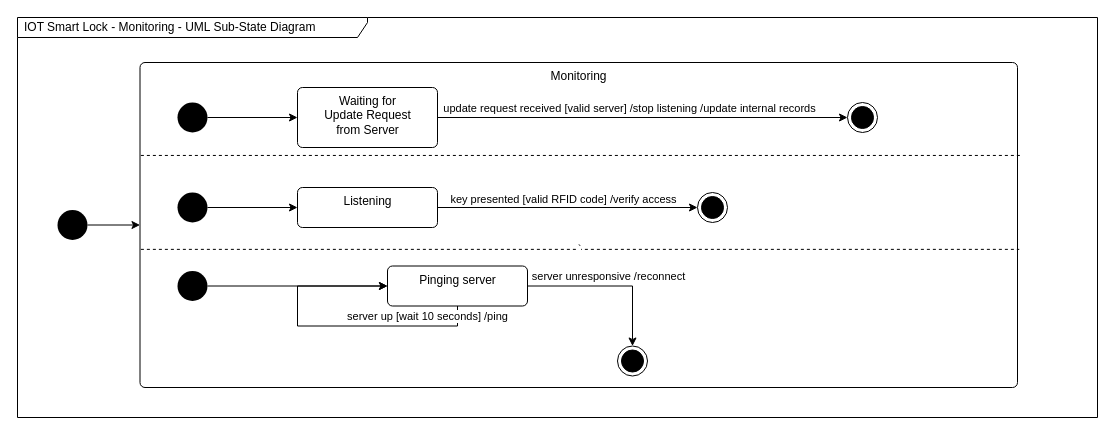
Earlier version of the draw.io diagram page "Monitoring" (2 of 4) of docs/diagrams/state-machine-diagram-storage-unit.drawio (Nguyen-Van-Gia-Binh/Self-Storage-Facility-Rental-and-Management-System). Source tidied: cells renumbered, new cells numbered last; positions are measured from the earlier drawing's top-left corner, leaving out a move shared by most shapes. Both pictures are drawn from the tidied source at 100%, with x=0, y=0 at pixel (17, 17).
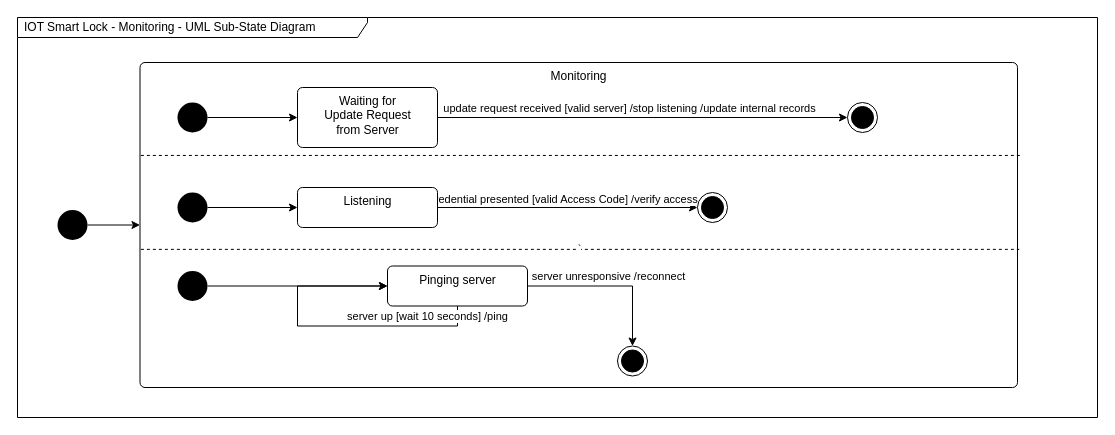
After the change.

Unchanged cells that the change refers to:
```xml
<mxCell id="9" style="edgeStyle=orthogonalEdgeStyle;rounded=0;jettySize=auto;html=1;" parent="1" edge="1" source="11" target="17">
  <mxGeometry relative="1" as="geometry" />
</mxCell>
```

Diff of the diagram source:
```diff
@@
-    <mxCell id="10" value="key presented [valid RFID code] /verify access" style="edgeLabel;html=1;align=center;verticalAlign=middle;" parent="9" vertex="1">
+    <mxCell id="10" value="credential presented [valid Access Code] /verify access" style="edgeLabel;html=1;align=center;verticalAlign=middle;" parent="9" vertex="1">
       <mxGeometry x="-0.9" y="1" relative="1" as="geometry">
         <mxPoint x="112" y="-8" as="offset" />
       </mxGeometry>
     </mxCell>
```
